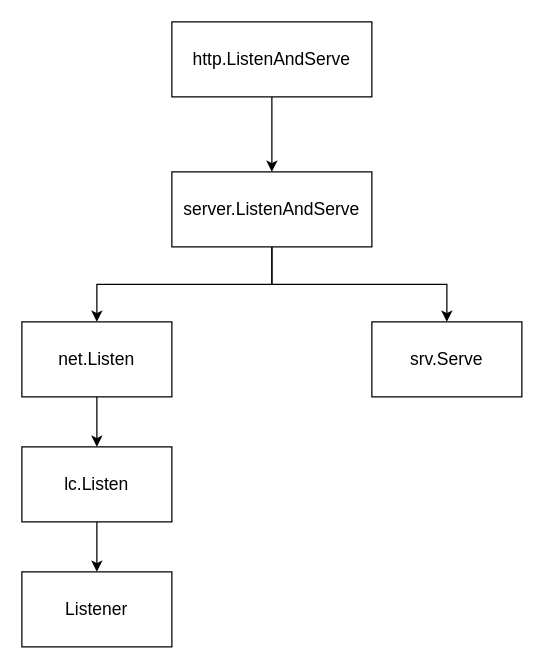
The draw.io diagram page "Page-4" (4 of 4) of go-net.drawio in oiar/assets, before the edit. Source tidied: cells renumbered, new cells numbered last; positions are measured from the earlier drawing's top-left corner, leaving out a move shared by most shapes. Both pictures are drawn from the tidied source at 125%, with x=0, y=0 at pixel (21, 21).
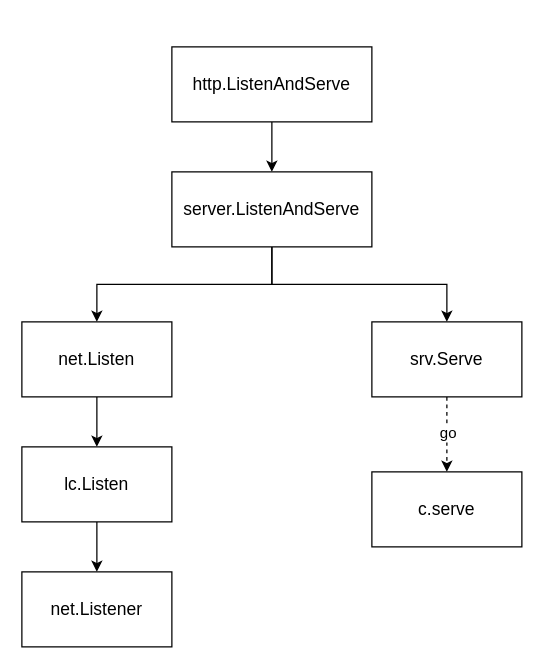
The same page after the edit.

The edit, as a diff of the source:
```diff
@@
 <mxGraphModel>
   <root>
     <mxCell id="0" />
     <mxCell id="1" parent="0" />
     <mxCell id="2" style="edgeStyle=orthogonalEdgeStyle;rounded=0;jettySize=auto;html=1;" parent="1" edge="1" source="3" target="6">
       <mxGeometry relative="1" as="geometry" />
     </mxCell>
     <mxCell id="3" value="&lt;font style=&quot;font-size: 14px&quot;&gt;http.ListenAndServe&lt;/font&gt;" style="rounded=0;whiteSpace=wrap;html=1;" parent="1" vertex="1">
-      <mxGeometry x="120" width="160" height="60" as="geometry" />
+      <mxGeometry x="120" y="20" width="160" height="60" as="geometry" />
     </mxCell>
     <mxCell id="4" style="edgeStyle=orthogonalEdgeStyle;rounded=0;jettySize=auto;html=1;" parent="1" edge="1" source="6" target="8">
       <mxGeometry relative="1" as="geometry" />
     </mxCell>
     <mxCell id="5" style="edgeStyle=orthogonalEdgeStyle;rounded=0;jettySize=auto;html=1;exitX=0.5;exitY=1;exitDx=0;exitDy=0;" parent="1" edge="1" source="6" target="12">
       <mxGeometry relative="1" as="geometry" />
     </mxCell>
     <mxCell id="6" value="&lt;font style=&quot;font-size: 14px&quot;&gt;server.ListenAndServe&lt;/font&gt;" style="rounded=0;whiteSpace=wrap;html=1;" parent="1" vertex="1">
       <mxGeometry x="120" y="120" width="160" height="60" as="geometry" />
     </mxCell>
     <mxCell id="7" style="edgeStyle=orthogonalEdgeStyle;rounded=0;jettySize=auto;html=1;" parent="1" edge="1" source="8" target="10">
       <mxGeometry relative="1" as="geometry" />
     </mxCell>
     <mxCell id="8" value="&lt;font style=&quot;font-size: 14px&quot;&gt;net.Listen&lt;/font&gt;" style="rounded=0;whiteSpace=wrap;html=1;" parent="1" vertex="1">
       <mxGeometry y="240" width="120" height="60" as="geometry" />
     </mxCell>
     <mxCell id="9" style="edgeStyle=orthogonalEdgeStyle;rounded=0;jettySize=auto;html=1;" parent="1" edge="1" source="10" target="11">
       <mxGeometry relative="1" as="geometry" />
     </mxCell>
     <mxCell id="10" value="&lt;font style=&quot;font-size: 14px&quot;&gt;lc.Listen&lt;/font&gt;" style="rounded=0;whiteSpace=wrap;html=1;" parent="1" vertex="1">
       <mxGeometry y="340" width="120" height="60" as="geometry" />
     </mxCell>
-    <mxCell id="11" value="&lt;font style=&quot;font-size: 14px&quot;&gt;Listener&lt;/font&gt;" style="rounded=0;whiteSpace=wrap;html=1;" parent="1" vertex="1">
+    <mxCell id="11" value="&lt;font style=&quot;font-size: 14px&quot;&gt;net.Listener&lt;/font&gt;" style="rounded=0;whiteSpace=wrap;html=1;" parent="1" vertex="1">
       <mxGeometry y="440" width="120" height="60" as="geometry" />
     </mxCell>
+    <mxCell id="13" style="edgeStyle=orthogonalEdgeStyle;rounded=0;jettySize=auto;html=1;dashed=1;" parent="1" edge="1" source="12" target="15">
+      <mxGeometry relative="1" as="geometry" />
+    </mxCell>
+    <mxCell id="14" value="go" style="text;html=1;align=center;verticalAlign=middle;labelBackgroundColor=#ffffff;" parent="13" vertex="1">
+      <mxGeometry x="-0.07" relative="1" as="geometry" />
+    </mxCell>
     <mxCell id="12" value="&lt;font style=&quot;font-size: 14px&quot;&gt;srv.Serve&lt;/font&gt;" style="rounded=0;whiteSpace=wrap;html=1;" parent="1" vertex="1">
       <mxGeometry x="280" y="240" width="120" height="60" as="geometry" />
     </mxCell>
+    <mxCell id="15" value="&lt;font style=&quot;font-size: 14px&quot;&gt;c.serve&lt;/font&gt;" style="rounded=0;whiteSpace=wrap;html=1;" parent="1" vertex="1">
+      <mxGeometry x="280" y="360" width="120" height="60" as="geometry" />
+    </mxCell>
   </root>
 </mxGraphModel>
```
